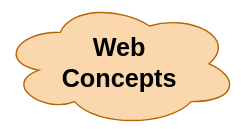
This is apps/browser/website/web-concept/web-concept.svg from knkrn5/Programming-Concepts, a draw.io export, as it was before one commit. Source tidied: cells renumbered, new cells last; positions are measured from the earlier drawing's top-left corner, leaving out a move shared by most shapes. Its diagram source:
```xml
<mxGraphModel background="light-dark(#ffffff, #121212)">
  <root>
    <mxCell id="0" />
    <mxCell id="1" parent="0" />
    <mxCell id="2" value="&lt;b&gt;&lt;font style=&quot;font-size: 18px;&quot;&gt;Web&lt;br&gt;Concepts&lt;/font&gt;&lt;/b&gt;" style="ellipse;shape=cloud;whiteSpace=wrap;html=1;fillColor=#fad7ac;strokeColor=#b46504;" parent="1" vertex="1">
      <mxGeometry width="170" height="90" as="geometry" />
    </mxCell>
  </root>
</mxGraphModel>
```
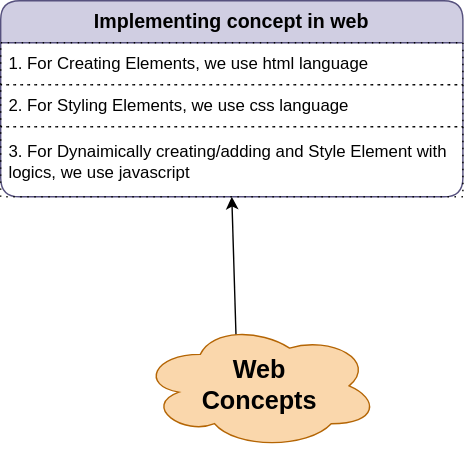
Later version of the same file.

Commit message:
Add diagrams for Apps and Web Concepts

Diff of the diagram source:
```diff
@@ -2,8 +2,23 @@
   <root>
     <mxCell id="0" />
     <mxCell id="1" parent="0" />
+    <mxCell id="3" style="edgeStyle=none;html=1;exitX=0.4;exitY=0.1;exitDx=0;exitDy=0;exitPerimeter=0;entryX=0.5;entryY=1;entryDx=0;entryDy=0;" parent="1" edge="1" source="2" target="4">
+      <mxGeometry relative="1" as="geometry" />
+    </mxCell>
     <mxCell id="2" value="&lt;b&gt;&lt;font style=&quot;font-size: 18px;&quot;&gt;Web&lt;br&gt;Concepts&lt;/font&gt;&lt;/b&gt;" style="ellipse;shape=cloud;whiteSpace=wrap;html=1;fillColor=#fad7ac;strokeColor=#b46504;" parent="1" vertex="1">
       <mxGeometry width="170" height="90" as="geometry" />
     </mxCell>
+    <mxCell id="4" value="&lt;span style=&quot;font-size: 14px;&quot;&gt;&lt;b&gt;Implementing concept in web&lt;/b&gt;&lt;/span&gt;" style="swimlane;fontStyle=0;horizontal=1;startSize=30;whiteSpace=wrap;html=1;rounded=1;fillColor=#d0cee2;strokeColor=#56517e;" parent="1" vertex="1">
+      <mxGeometry x="-100" y="-230" width="330" height="140" as="geometry" />
+    </mxCell>
+    <mxCell id="5" value="1. For Creating Elements, we use html language" style="text;strokeColor=default;fillColor=none;align=left;verticalAlign=middle;spacingLeft=4;spacingRight=4;overflow=hidden;whiteSpace=wrap;html=1;dashed=1;dashPattern=1 4;" parent="4" vertex="1">
+      <mxGeometry y="30" width="330" height="30" as="geometry" />
+    </mxCell>
+    <mxCell id="6" value="2. For Styling Elements, we use css language" style="text;strokeColor=default;fillColor=none;align=left;verticalAlign=middle;spacingLeft=4;spacingRight=4;overflow=hidden;whiteSpace=wrap;html=1;dashed=1;dashPattern=1 4;" parent="4" vertex="1">
+      <mxGeometry y="60" width="330" height="30" as="geometry" />
+    </mxCell>
+    <mxCell id="7" value="3. For Dynaimically creating/adding and Style Element with logics, we use javascript" style="text;strokeColor=default;fillColor=none;align=left;verticalAlign=middle;spacingLeft=4;spacingRight=4;overflow=hidden;whiteSpace=wrap;html=1;dashed=1;dashPattern=1 4;" parent="4" vertex="1">
+      <mxGeometry y="90" width="330" height="50" as="geometry" />
+    </mxCell>
   </root>
 </mxGraphModel>
```
